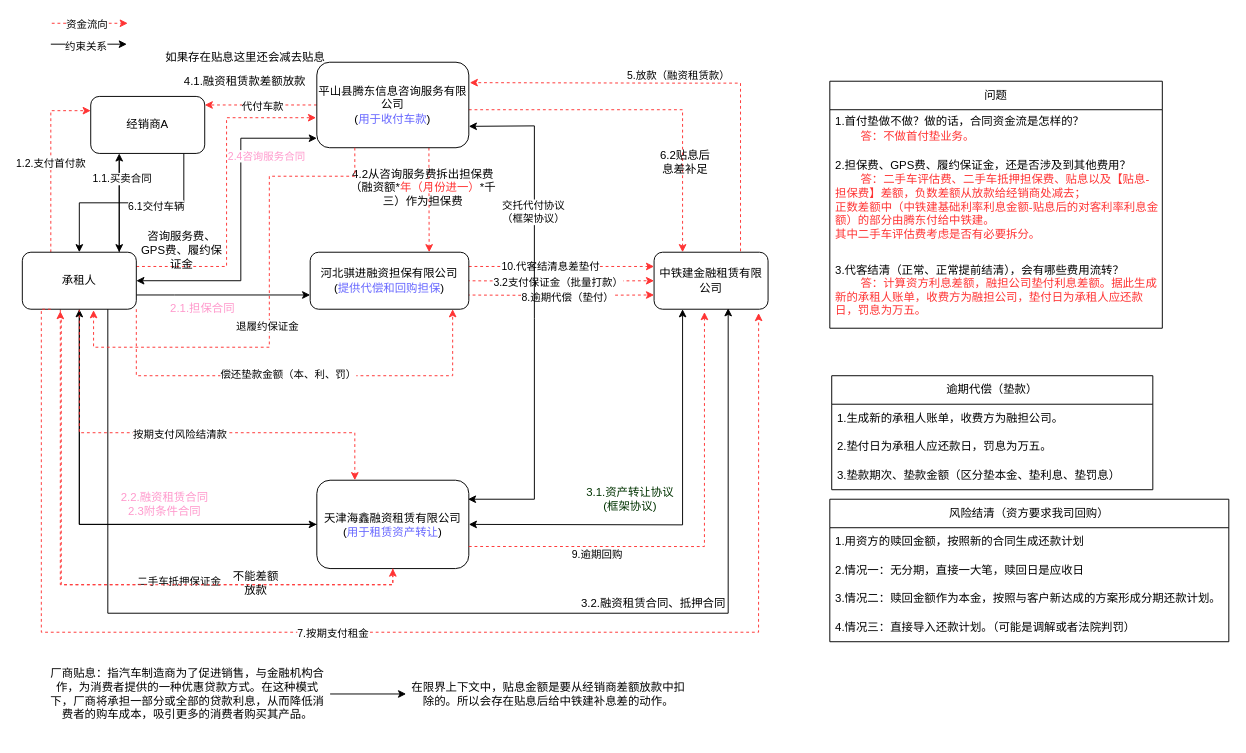
The draw.io diagram 业务形态-交易结构.drawio in XiongZen/QJReconstitution, before the edit. Source tidied: cells renumbered, new cells numbered last; positions are measured from the earlier drawing's top-left corner, leaving out a move shared by most shapes. Both pictures are drawn from the tidied source at 95%, with x=0, y=0 at pixel (22, 23).
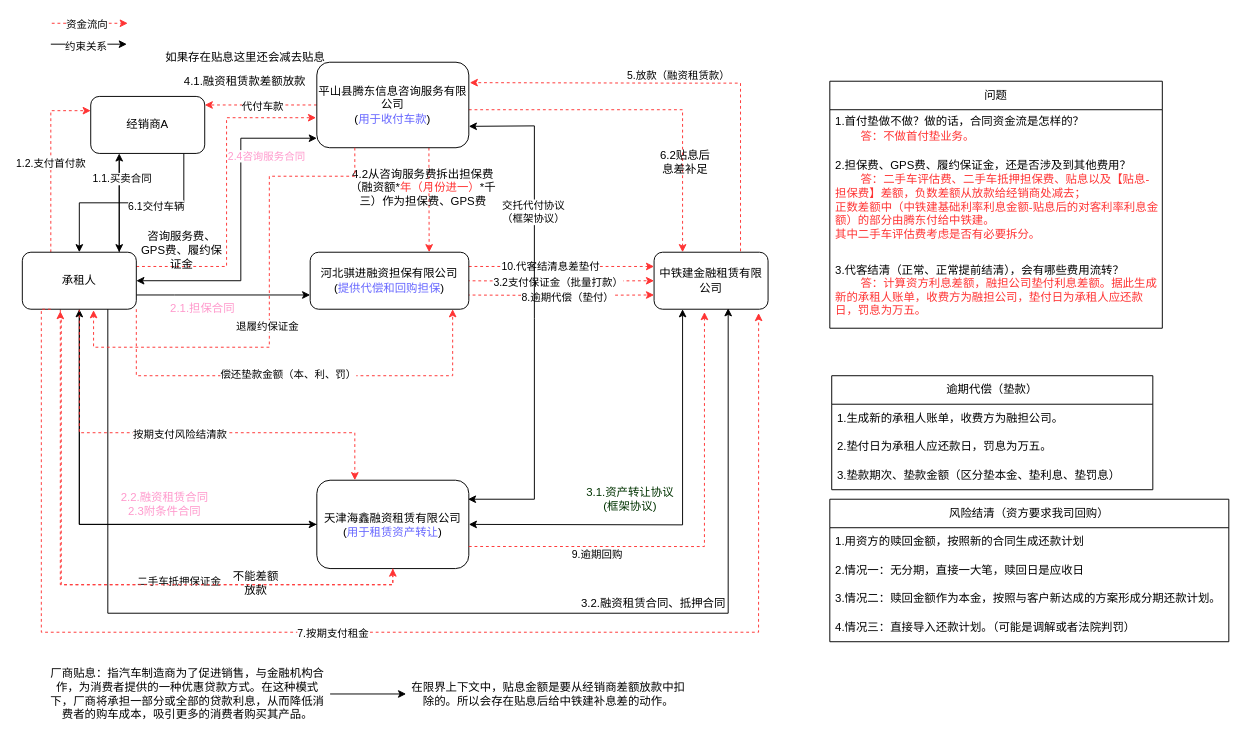
Above is the later version.

Commit message:
Update 业务形态-交易结构.drawio

Change to the diagram source:
```diff
@@
-    <mxCell id="47" value="4.2从咨询服务费拆出担保费（融资额*&lt;font color=&quot;#ff3333&quot;&gt;年（月份进一）&lt;/font&gt;*千三）作为担保费" style="text;html=1;align=center;verticalAlign=middle;whiteSpace=wrap;rounded=0;" parent="1" vertex="1">
+    <mxCell id="47" value="4.2从咨询服务费拆出担保费（融资额*&lt;font color=&quot;#ff3333&quot;&gt;年（月份进一）&lt;/font&gt;*千三）作为担保费、GPS费" style="text;html=1;align=center;verticalAlign=middle;whiteSpace=wrap;rounded=0;" parent="1" vertex="1">
       <mxGeometry x="340" y="150" width="164" height="46" as="geometry" />
     </mxCell>
```
